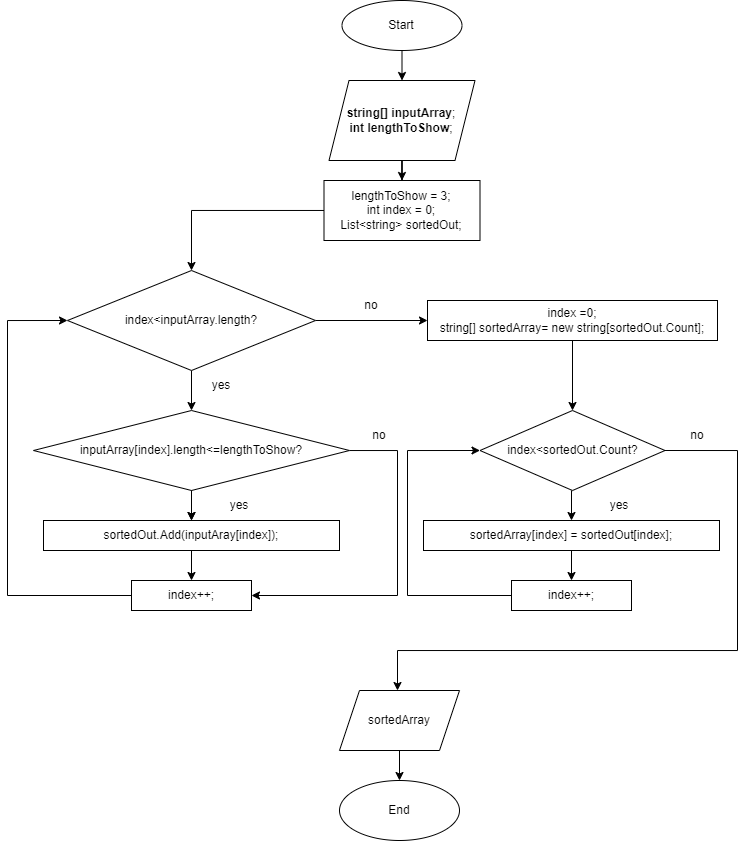
The draw.io diagram assignment1Term.png in andrewsavinkov/assignment_1Term, before a commit. Source tidied: cells renumbered, new cells last; positions are measured from the earlier drawing's top-left corner, leaving out a move shared by most shapes.
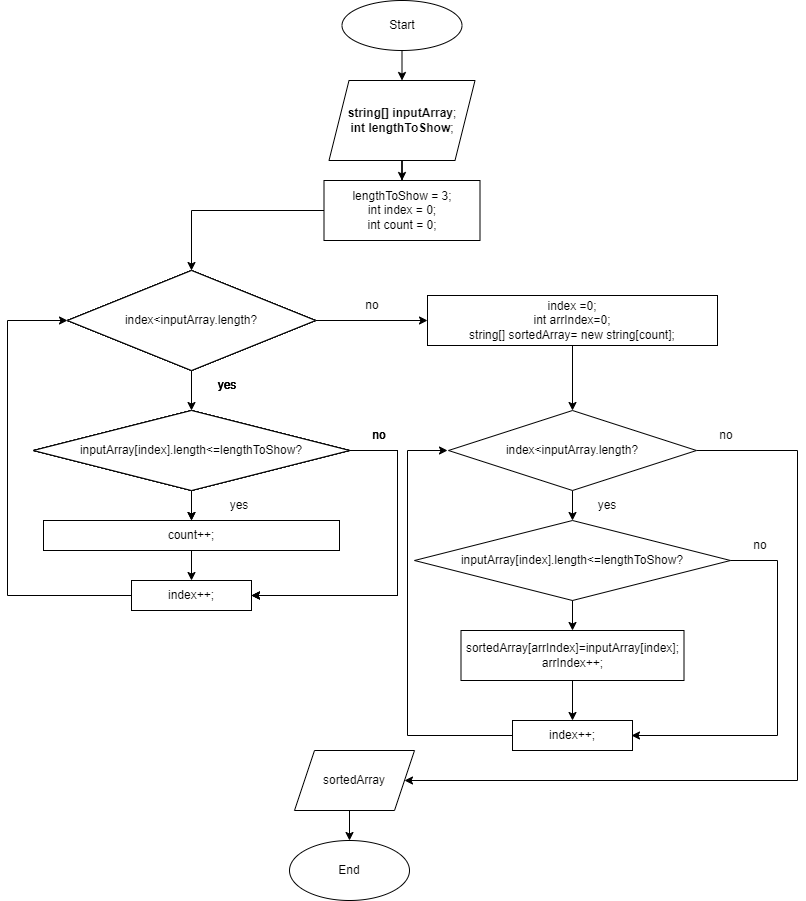
The same file after the commit.

Commit message:
изменил  блок-схему

What changed in the source:
```diff
@@ -17,7 +17,7 @@
     <mxCell id="6" style="edgeStyle=orthogonalEdgeStyle;rounded=0;jettySize=auto;html=1;" parent="1" edge="1" source="7" target="10">
       <mxGeometry relative="1" as="geometry" />
     </mxCell>
-    <mxCell id="7" value="lengthToShow = 3;&lt;br&gt;int index = 0;&lt;br&gt;List&amp;lt;string&amp;gt; sortedOut;" style="whiteSpace=wrap;html=1;" parent="1" vertex="1">
+    <mxCell id="7" value="lengthToShow = 3;&lt;br&gt;int index = 0;&lt;br&gt;int count = 0;" style="whiteSpace=wrap;html=1;" parent="1" vertex="1">
       <mxGeometry x="316.5" y="180" width="156" height="60" as="geometry" />
     </mxCell>
     <mxCell id="8" style="edgeStyle=orthogonalEdgeStyle;rounded=0;jettySize=auto;html=1;entryX=0.5;entryY=0;entryDx=0;entryDy=0;" parent="1" edge="1" source="10" target="13">
@@ -54,7 +54,7 @@
     <mxCell id="15" style="edgeStyle=orthogonalEdgeStyle;rounded=0;jettySize=auto;html=1;" parent="1" edge="1" source="16" target="18">
       <mxGeometry relative="1" as="geometry" />
     </mxCell>
-    <mxCell id="16" value="sortedOut.Add(inputAray[index]);" style="whiteSpace=wrap;html=1;" parent="1" vertex="1">
+    <mxCell id="16" value="count++;" style="whiteSpace=wrap;html=1;" parent="1" vertex="1">
       <mxGeometry x="36" y="520" width="296" height="30" as="geometry" />
     </mxCell>
     <mxCell id="17" value="yes" style="text;html=1;strokeColor=none;fillColor=none;align=center;verticalAlign=middle;whiteSpace=wrap;rounded=0;" parent="1" vertex="1">
@@ -67,73 +67,152 @@
       <mxGeometry x="342" y="420" width="60" height="30" as="geometry" />
     </mxCell>
     <mxCell id="20" value="yes" style="text;html=1;strokeColor=none;fillColor=none;align=center;verticalAlign=middle;whiteSpace=wrap;rounded=0;" parent="1" vertex="1">
-      <mxGeometry x="184" y="370" width="60" height="30" as="geometry" />
+      <mxGeometry x="190" y="370" width="60" height="30" as="geometry" />
     </mxCell>
-    <mxCell id="21" style="edgeStyle=orthogonalEdgeStyle;rounded=0;jettySize=auto;html=1;" parent="1" edge="1" source="22" target="23">
+    <mxCell id="21" style="edgeStyle=orthogonalEdgeStyle;rounded=0;jettySize=auto;html=1;entryX=0.5;entryY=0;entryDx=0;entryDy=0;" parent="1" edge="1" source="22" target="58">
       <mxGeometry relative="1" as="geometry" />
     </mxCell>
-    <mxCell id="22" value="index =0;&lt;br&gt;string[] sortedArray= new string[sortedOut.Count];" style="whiteSpace=wrap;html=1;" parent="1" vertex="1">
-      <mxGeometry x="420" y="300" width="290" height="40" as="geometry" />
+    <mxCell id="22" value="index =0;&lt;br&gt;int arrIndex=0;&lt;br&gt;string[] sortedArray= new string[count];" style="whiteSpace=wrap;html=1;" parent="1" vertex="1">
+      <mxGeometry x="420" y="295" width="290" height="50" as="geometry" />
     </mxCell>
-    <mxCell id="23" value="index&amp;lt;sortedOut.Count?" style="rhombus;whiteSpace=wrap;html=1;" parent="1" vertex="1">
-      <mxGeometry x="472.5" y="410" width="185" height="80" as="geometry" />
-    </mxCell>
     <mxCell id="24" style="edgeStyle=orthogonalEdgeStyle;rounded=0;orthogonalLoop=1;jettySize=auto;html=1;" parent="1" edge="1">
       <mxGeometry relative="1" as="geometry">
         <mxPoint x="184" y="490" as="sourcePoint" />
         <mxPoint x="184" y="520" as="targetPoint" />
       </mxGeometry>
     </mxCell>
-    <mxCell id="25" style="edgeStyle=orthogonalEdgeStyle;rounded=0;jettySize=auto;html=1;exitX=1;exitY=0.5;exitDx=0;exitDy=0;" parent="1" edge="1" source="23">
-      <mxGeometry relative="1" as="geometry">
-        <mxPoint x="390" y="690" as="targetPoint" />
-        <Array as="points">
-          <mxPoint x="730" y="450" />
-          <mxPoint x="730" y="650" />
-          <mxPoint x="390" y="650" />
-        </Array>
-      </mxGeometry>
-    </mxCell>
-    <mxCell id="26" style="edgeStyle=orthogonalEdgeStyle;rounded=0;jettySize=auto;html=1;startArrow=none;entryX=0;entryY=0.5;entryDx=0;entryDy=0;" parent="1" edge="1" source="30" target="23">
-      <mxGeometry relative="1" as="geometry">
-        <Array as="points">
-          <mxPoint x="400" y="595" />
-          <mxPoint x="400" y="450" />
-        </Array>
-      </mxGeometry>
-    </mxCell>
-    <mxCell id="27" style="edgeStyle=orthogonalEdgeStyle;rounded=0;jettySize=auto;html=1;" parent="1" edge="1" source="28" target="30">
-      <mxGeometry relative="1" as="geometry" />
-    </mxCell>
-    <mxCell id="28" value="sortedArray[index] = sortedOut[index];" style="whiteSpace=wrap;html=1;" parent="1" vertex="1">
-      <mxGeometry x="416" y="520" width="296" height="30" as="geometry" />
-    </mxCell>
-    <mxCell id="29" value="yes" style="text;html=1;strokeColor=none;fillColor=none;align=center;verticalAlign=middle;whiteSpace=wrap;rounded=0;" parent="1" vertex="1">
-      <mxGeometry x="582" y="490" width="60" height="30" as="geometry" />
-    </mxCell>
-    <mxCell id="30" value="index++;" style="whiteSpace=wrap;html=1;" parent="1" vertex="1">
-      <mxGeometry x="504" y="580" width="120" height="30" as="geometry" />
-    </mxCell>
-    <mxCell id="31" value="no" style="text;html=1;strokeColor=none;fillColor=none;align=center;verticalAlign=middle;whiteSpace=wrap;rounded=0;" parent="1" vertex="1">
-      <mxGeometry x="660" y="420" width="60" height="30" as="geometry" />
-    </mxCell>
-    <mxCell id="32" style="edgeStyle=orthogonalEdgeStyle;rounded=0;orthogonalLoop=1;jettySize=auto;html=1;" parent="1" edge="1">
-      <mxGeometry relative="1" as="geometry">
-        <mxPoint x="564" y="490" as="sourcePoint" />
-        <mxPoint x="564" y="520" as="targetPoint" />
-      </mxGeometry>
-    </mxCell>
+    <mxCell id="35" value="End" style="ellipse;whiteSpace=wrap;html=1;" parent="1" vertex="1">
+      <mxGeometry x="282" y="840" width="120" height="60" as="geometry" />
+    </mxCell>
+    <mxCell id="36" value="no" style="text;html=1;strokeColor=none;fillColor=none;align=center;verticalAlign=middle;whiteSpace=wrap;rounded=0;" parent="1" vertex="1">
+      <mxGeometry x="334.5" y="290" width="60" height="30" as="geometry" />
+    </mxCell>
+    <mxCell id="37" value="yes" style="text;html=1;strokeColor=none;fillColor=none;align=center;verticalAlign=middle;whiteSpace=wrap;rounded=0;" parent="1" vertex="1">
+      <mxGeometry x="190" y="370" width="60" height="30" as="geometry" />
+    </mxCell>
+    <mxCell id="38" value="index&amp;lt;inputArray.length?" style="rhombus;whiteSpace=wrap;html=1;" parent="1" vertex="1">
+      <mxGeometry x="60" y="270" width="248" height="100" as="geometry" />
+    </mxCell>
+    <mxCell id="39" value="inputArray[index].length&amp;lt;=lengthToShow?" style="rhombus;whiteSpace=wrap;html=1;" parent="1" vertex="1">
+      <mxGeometry x="26" y="410" width="316" height="80" as="geometry" />
+    </mxCell>
+    <mxCell id="40" value="yes" style="text;html=1;strokeColor=none;fillColor=none;align=center;verticalAlign=middle;whiteSpace=wrap;rounded=0;" parent="1" vertex="1">
+      <mxGeometry x="190" y="370" width="60" height="30" as="geometry" />
+    </mxCell>
+    <mxCell id="41" value="index&amp;lt;inputArray.length?" style="rhombus;whiteSpace=wrap;html=1;" parent="1" vertex="1">
+      <mxGeometry x="60" y="270" width="248" height="100" as="geometry" />
+    </mxCell>
+    <mxCell id="42" value="inputArray[index].length&amp;lt;=lengthToShow?" style="rhombus;whiteSpace=wrap;html=1;" parent="1" vertex="1">
+      <mxGeometry x="26" y="410" width="316" height="80" as="geometry" />
+    </mxCell>
+    <mxCell id="43" value="yes" style="text;html=1;strokeColor=none;fillColor=none;align=center;verticalAlign=middle;whiteSpace=wrap;rounded=0;" parent="1" vertex="1">
+      <mxGeometry x="190" y="370" width="60" height="30" as="geometry" />
+    </mxCell>
+    <mxCell id="44" value="index&amp;lt;inputArray.length?" style="rhombus;whiteSpace=wrap;html=1;" parent="1" vertex="1">
+      <mxGeometry x="60" y="270" width="248" height="100" as="geometry" />
+    </mxCell>
+    <mxCell id="45" value="inputArray[index].length&amp;lt;=lengthToShow?" style="rhombus;whiteSpace=wrap;html=1;" parent="1" vertex="1">
+      <mxGeometry x="26" y="410" width="316" height="80" as="geometry" />
+    </mxCell>
+    <mxCell id="46" style="edgeStyle=orthogonalEdgeStyle;rounded=0;orthogonalLoop=1;jettySize=auto;html=1;entryX=1;entryY=0.5;entryDx=0;entryDy=0;" parent="1" edge="1">
+      <mxGeometry relative="1" as="geometry">
+        <mxPoint x="342" y="450" as="sourcePoint" />
+        <mxPoint x="244" y="595" as="targetPoint" />
+        <Array as="points">
+          <mxPoint x="390" y="450" />
+          <mxPoint x="390" y="595" />
+        </Array>
+      </mxGeometry>
+    </mxCell>
+    <mxCell id="47" value="no" style="text;html=1;strokeColor=none;fillColor=none;align=center;verticalAlign=middle;whiteSpace=wrap;rounded=0;" parent="1" vertex="1">
+      <mxGeometry x="342" y="420" width="60" height="30" as="geometry" />
+    </mxCell>
+    <mxCell id="48" value="yes" style="text;html=1;strokeColor=none;fillColor=none;align=center;verticalAlign=middle;whiteSpace=wrap;rounded=0;" parent="1" vertex="1">
+      <mxGeometry x="190" y="370" width="60" height="30" as="geometry" />
+    </mxCell>
+    <mxCell id="49" value="index&amp;lt;inputArray.length?" style="rhombus;whiteSpace=wrap;html=1;" parent="1" vertex="1">
+      <mxGeometry x="60" y="270" width="248" height="100" as="geometry" />
+    </mxCell>
+    <mxCell id="50" value="inputArray[index].length&amp;lt;=lengthToShow?" style="rhombus;whiteSpace=wrap;html=1;" parent="1" vertex="1">
+      <mxGeometry x="26" y="410" width="316" height="80" as="geometry" />
+    </mxCell>
+    <mxCell id="51" style="edgeStyle=orthogonalEdgeStyle;rounded=0;orthogonalLoop=1;jettySize=auto;html=1;entryX=1;entryY=0.5;entryDx=0;entryDy=0;" parent="1" edge="1">
+      <mxGeometry relative="1" as="geometry">
+        <mxPoint x="342" y="450" as="sourcePoint" />
+        <mxPoint x="244" y="595" as="targetPoint" />
+        <Array as="points">
+          <mxPoint x="390" y="450" />
+          <mxPoint x="390" y="595" />
+        </Array>
+      </mxGeometry>
+    </mxCell>
+    <mxCell id="52" value="no" style="text;html=1;strokeColor=none;fillColor=none;align=center;verticalAlign=middle;whiteSpace=wrap;rounded=0;" parent="1" vertex="1">
+      <mxGeometry x="342" y="420" width="60" height="30" as="geometry" />
+    </mxCell>
+    <mxCell id="53" value="count++;" style="whiteSpace=wrap;html=1;" parent="1" vertex="1">
+      <mxGeometry x="36" y="520" width="296" height="30" as="geometry" />
+    </mxCell>
+    <mxCell id="54" style="edgeStyle=orthogonalEdgeStyle;rounded=0;jettySize=auto;html=1;startArrow=none;exitX=0;exitY=0.5;exitDx=0;exitDy=0;" parent="1" edge="1" source="30">
+      <mxGeometry relative="1" as="geometry">
+        <mxPoint x="440" y="450" as="targetPoint" />
+        <Array as="points">
+          <mxPoint x="400" y="735" />
+          <mxPoint x="400" y="450" />
+        </Array>
+      </mxGeometry>
+    </mxCell>
+    <mxCell id="55" value="yes" style="text;html=1;strokeColor=none;fillColor=none;align=center;verticalAlign=middle;whiteSpace=wrap;rounded=0;" parent="1" vertex="1">
+      <mxGeometry x="570" y="490" width="60" height="30" as="geometry" />
+    </mxCell>
+    <mxCell id="56" style="edgeStyle=orthogonalEdgeStyle;rounded=0;jettySize=auto;html=1;exitX=0.5;exitY=1;exitDx=0;exitDy=0;entryX=0.5;entryY=0;entryDx=0;entryDy=0;" parent="1" edge="1" source="58" target="60">
+      <mxGeometry relative="1" as="geometry" />
+    </mxCell>
+    <mxCell id="57" style="edgeStyle=orthogonalEdgeStyle;rounded=0;jettySize=auto;html=1;exitX=1;exitY=0.5;exitDx=0;exitDy=0;entryX=1;entryY=0.5;entryDx=0;entryDy=0;" parent="1" edge="1" source="58" target="34">
+      <mxGeometry relative="1" as="geometry">
+        <Array as="points">
+          <mxPoint x="790" y="450" />
+          <mxPoint x="790" y="780" />
+        </Array>
+      </mxGeometry>
+    </mxCell>
+    <mxCell id="58" value="index&amp;lt;inputArray.length?" style="rhombus;whiteSpace=wrap;html=1;" parent="1" vertex="1">
+      <mxGeometry x="441" y="410" width="248" height="80" as="geometry" />
+    </mxCell>
+    <mxCell id="59" style="edgeStyle=orthogonalEdgeStyle;rounded=0;jettySize=auto;html=1;exitX=0.5;exitY=1;exitDx=0;exitDy=0;entryX=0.5;entryY=0;entryDx=0;entryDy=0;" parent="1" edge="1" source="60" target="64">
+      <mxGeometry relative="1" as="geometry" />
+    </mxCell>
+    <mxCell id="60" value="inputArray[index].length&amp;lt;=lengthToShow?" style="rhombus;whiteSpace=wrap;html=1;" parent="1" vertex="1">
+      <mxGeometry x="407" y="520" width="316" height="80" as="geometry" />
+    </mxCell>
+    <mxCell id="61" style="edgeStyle=orthogonalEdgeStyle;rounded=0;jettySize=auto;html=1;entryX=1;entryY=0.5;entryDx=0;entryDy=0;exitX=1;exitY=0.5;exitDx=0;exitDy=0;" parent="1" edge="1" source="60">
+      <mxGeometry relative="1" as="geometry">
+        <mxPoint x="624" y="735" as="targetPoint" />
+        <Array as="points">
+          <mxPoint x="770" y="560" />
+          <mxPoint x="770" y="735" />
+        </Array>
+      </mxGeometry>
+    </mxCell>
+    <mxCell id="62" value="no" style="text;html=1;strokeColor=none;fillColor=none;align=center;verticalAlign=middle;whiteSpace=wrap;rounded=0;" parent="1" vertex="1">
+      <mxGeometry x="723" y="530" width="60" height="30" as="geometry" />
+    </mxCell>
+    <mxCell id="63" style="edgeStyle=orthogonalEdgeStyle;rounded=0;jettySize=auto;html=1;exitX=0.5;exitY=1;exitDx=0;exitDy=0;entryX=0.5;entryY=0;entryDx=0;entryDy=0;" parent="1" edge="1" source="64" target="30">
+      <mxGeometry relative="1" as="geometry" />
+    </mxCell>
+    <mxCell id="64" value="sortedArray[arrIndex]=inputArray[index];&lt;br&gt;arrIndex++;" style="whiteSpace=wrap;html=1;" parent="1" vertex="1">
+      <mxGeometry x="453.5" y="630" width="223" height="50" as="geometry" />
+    </mxCell>
-    <mxCell id="33" style="edgeStyle=orthogonalEdgeStyle;rounded=0;jettySize=auto;html=1;" parent="1" edge="1" source="34" target="35">
+    <mxCell id="33" style="edgeStyle=orthogonalEdgeStyle;rounded=0;jettySize=auto;html=1;exitX=0.5;exitY=1;exitDx=0;exitDy=0;entryX=0.5;entryY=0;entryDx=0;entryDy=0;" parent="1" edge="1" source="34" target="35">
       <mxGeometry relative="1" as="geometry" />
     </mxCell>
     <mxCell id="34" value="sortedArray" style="shape=parallelogram;perimeter=parallelogramPerimeter;whiteSpace=wrap;html=1;fixedSize=1;" parent="1" vertex="1">
-      <mxGeometry x="332" y="690" width="120" height="60" as="geometry" />
+      <mxGeometry x="287" y="750" width="120" height="60" as="geometry" />
     </mxCell>
-    <mxCell id="35" value="End" style="ellipse;whiteSpace=wrap;html=1;" parent="1" vertex="1">
-      <mxGeometry x="332" y="780" width="120" height="60" as="geometry" />
-    </mxCell>
-    <mxCell id="36" value="no" style="text;html=1;strokeColor=none;fillColor=none;align=center;verticalAlign=middle;whiteSpace=wrap;rounded=0;" parent="1" vertex="1">
-      <mxGeometry x="334.5" y="290" width="60" height="30" as="geometry" />
-    </mxCell>
+    <mxCell id="30" value="index++;" style="whiteSpace=wrap;html=1;" parent="1" vertex="1">
+      <mxGeometry x="505" y="720" width="120" height="30" as="geometry" />
+    </mxCell>
+    <mxCell id="65" value="no" style="text;html=1;strokeColor=none;fillColor=none;align=center;verticalAlign=middle;whiteSpace=wrap;rounded=0;" parent="1" vertex="1">
+      <mxGeometry x="689" y="420" width="60" height="30" as="geometry" />
+    </mxCell>
   </root>
 </mxGraphModel>
```
